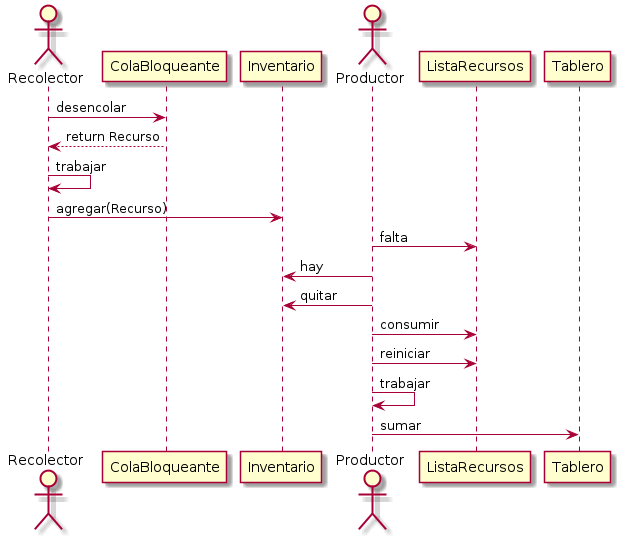
The PlantUML diagram img/diagrama_secuencia_recolector_productor.png in netaneldj/7542-Taller-TP2, before a commit.
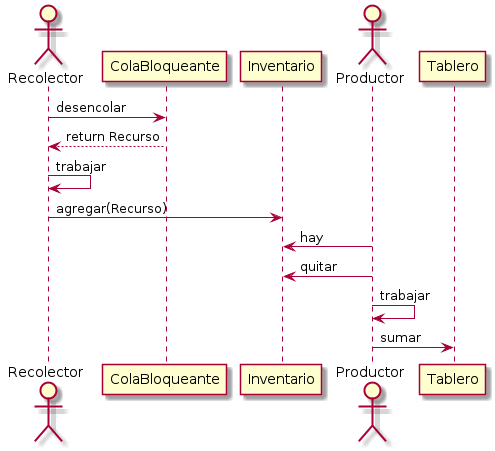
The same file after the commit.

Commit message:
Actualización productor son lista de recursos

Diff of the diagram source:
```diff
@@ -6,11 +6,8 @@
 Recolector -> Inventario: agregar(Recurso)
 
 actor Productor
-Productor -> ListaRecursos: falta
 Productor -> Inventario: hay
 Productor -> Inventario: quitar
-Productor -> ListaRecursos: consumir
-Productor -> ListaRecursos: reiniciar
 Productor -> Productor: trabajar
 Productor -> Tablero: sumar
 @enduml
```
